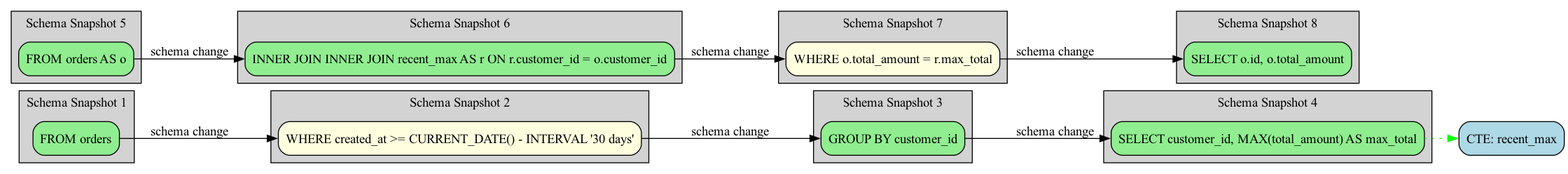
This is examples/cte_with_join_schema.png from rot1024/sqloflow, a Graphviz export, as it was before one commit. Its source is kept beside it as examples/cte_with_join_schema.dot.
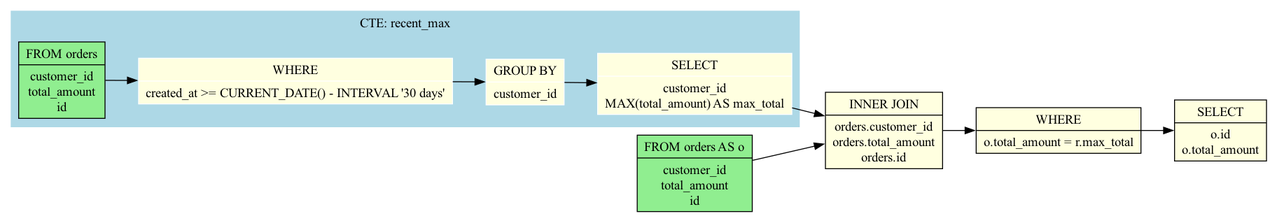
The same file after the commit.

Change to the diagram source:
```diff
@@ -1,62 +1,31 @@
-digraph sqloflow {
+digraph schema_flow {
   rankdir=LR;
-  node [shape=box, style=rounded];
+  node [shape=record];
 
-  subgraph cluster_0 {
-    label="Schema Snapshot 1";
+  node_0 [label="FROM orders|customer_id\ntotal_amount\nid", style=filled, fillcolor=lightgreen];
+  node_5 [label="FROM orders AS o|customer_id\ntotal_amount\nid", style=filled, fillcolor=lightgreen];
+
+
+  subgraph cluster_node_4 {
+    label="CTE: recent_max";
     style=filled;
-    fillcolor=lightgray;
-    node_0 [label="FROM orders", fillcolor=lightgreen, style="filled,rounded"];
+    color=lightblue;
+    node [style=filled,color=white];
+    node_3 [label="SELECT|customer_id\nMAX(total_amount) AS max_total", style=filled, fillcolor=lightyellow];
+    node_2 [label="GROUP BY|customer_id", style=filled, fillcolor=lightyellow];
+    node_1 [label="WHERE|created_at \>= CURRENT_DATE() - INTERVAL '30 days'", style=filled, fillcolor=lightyellow];
+    node_0 [label="FROM orders|customer_id\ntotal_amount\nid", style=filled, fillcolor=lightgreen];
+    node_0 -> node_1;
+    node_1 -> node_2;
+    node_2 -> node_3;
   }
-  subgraph cluster_1 {
-    label="Schema Snapshot 2";
-    style=filled;
-    fillcolor=lightgray;
-    node_1 [label="WHERE created_at >= CURRENT_DATE() - INTERVAL '30 days'", fillcolor=lightyellow, style="filled,rounded"];
-  }
-  subgraph cluster_2 {
-    label="Schema Snapshot 3";
-    style=filled;
-    fillcolor=lightgray;
-    node_2 [label="GROUP BY customer_id", fillcolor=lightgreen, style="filled,rounded"];
-  }
-  subgraph cluster_3 {
-    label="Schema Snapshot 4";
-    style=filled;
-    fillcolor=lightgray;
-    node_3 [label="SELECT customer_id, MAX(total_amount) AS max_total", fillcolor=lightgreen, style="filled,rounded"];
-  }
-  node_4 [label="CTE: recent_max", fillcolor=lightblue, style="filled,rounded"];
-  subgraph cluster_4 {
-    label="Schema Snapshot 5";
-    style=filled;
-    fillcolor=lightgray;
-    node_5 [label="FROM orders AS o", fillcolor=lightgreen, style="filled,rounded"];
-  }
-  subgraph cluster_5 {
-    label="Schema Snapshot 6";
-    style=filled;
-    fillcolor=lightgray;
-    node_6 [label="INNER JOIN INNER JOIN recent_max AS r ON r.customer_id = o.customer_id", fillcolor=lightgreen, style="filled,rounded"];
-  }
-  subgraph cluster_6 {
-    label="Schema Snapshot 7";
-    style=filled;
-    fillcolor=lightgray;
-    node_7 [label="WHERE o.total_amount = r.max_total", fillcolor=lightyellow, style="filled,rounded"];
-  }
-  subgraph cluster_7 {
-    label="Schema Snapshot 8";
-    style=filled;
-    fillcolor=lightgray;
-    node_8 [label="SELECT o.id, o.total_amount", fillcolor=lightgreen, style="filled,rounded"];
-  }
+  node_7 [label="WHERE|o.total_amount = r.max_total", style=filled, fillcolor=lightyellow];
+  node_8 [label="SELECT|o.id\no.total_amount", style=filled, fillcolor=lightyellow];
 
-  node_0 -> node_1 [color=black, label="schema change"];
-  node_1 -> node_2 [color=black, label="schema change"];
-  node_2 -> node_3 [color=black, label="schema change"];
-  node_3 -> node_4 [color=green, style=dotted];
-  node_5 -> node_6 [color=black, label="schema change"];
-  node_6 -> node_7 [color=black, label="schema change"];
-  node_7 -> node_8 [color=black, label="schema change"];
+
+  node_6 [label="INNER JOIN|orders.customer_id\norders.total_amount\norders.id", style=filled, fillcolor=lightyellow];
+  node_5 -> node_6;
+  node_3 -> node_6;
+  node_6 -> node_7;
+  node_7 -> node_8;
 }
```
